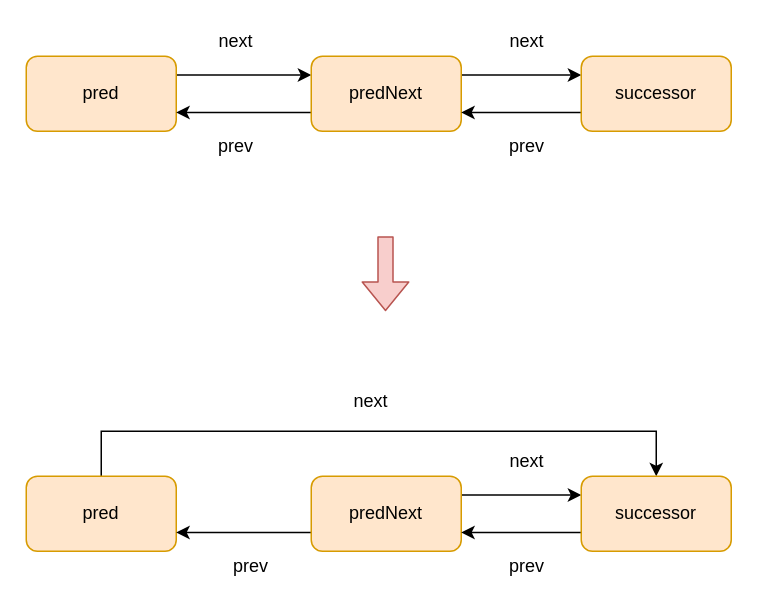
This is concurrent/aqs失败出队2.drawio from erlieStar/diagrams, a draw.io file, before an edit. Source tidied: cells renumbered, new cells numbered last; positions are measured from the earlier drawing's top-left corner, leaving out a move shared by most shapes. Both pictures are drawn from the tidied source at 150%, with x=0, y=0 at pixel (26, 26).
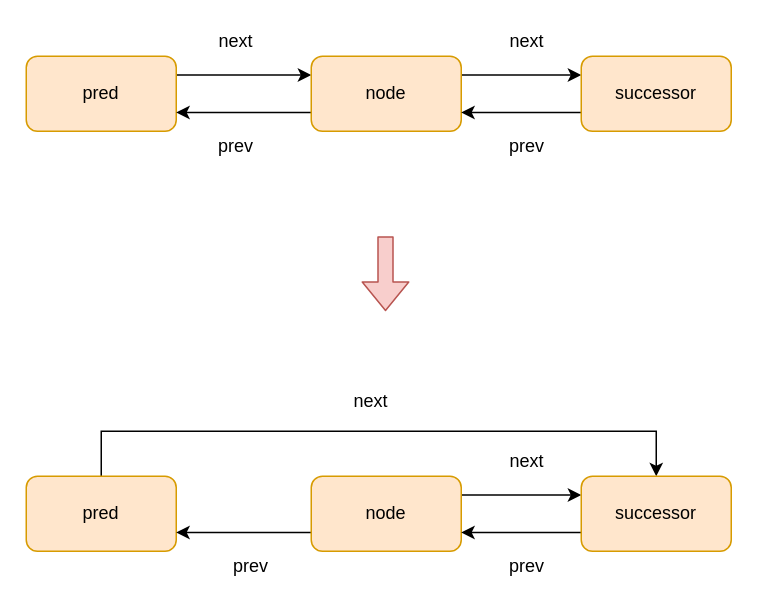
The same page after the edit.

Change to the diagram source:
```diff
@@
-    <mxCell id="6" value="predNext" style="rounded=1;whiteSpace=wrap;html=1;fillColor=#ffe6cc;strokeColor=#d79b00;" parent="1" vertex="1">
+    <mxCell id="6" value="node" style="rounded=1;whiteSpace=wrap;html=1;fillColor=#ffe6cc;strokeColor=#d79b00;" parent="1" vertex="1">
       <mxGeometry x="190" y="20" width="100" height="50" as="geometry" />
     </mxCell>
@@
-    <mxCell id="13" value="predNext" style="rounded=1;whiteSpace=wrap;html=1;fillColor=#ffe6cc;strokeColor=#d79b00;" parent="1" vertex="1">
+    <mxCell id="13" value="node" style="rounded=1;whiteSpace=wrap;html=1;fillColor=#ffe6cc;strokeColor=#d79b00;" parent="1" vertex="1">
       <mxGeometry x="190" y="300" width="100" height="50" as="geometry" />
     </mxCell>
```
